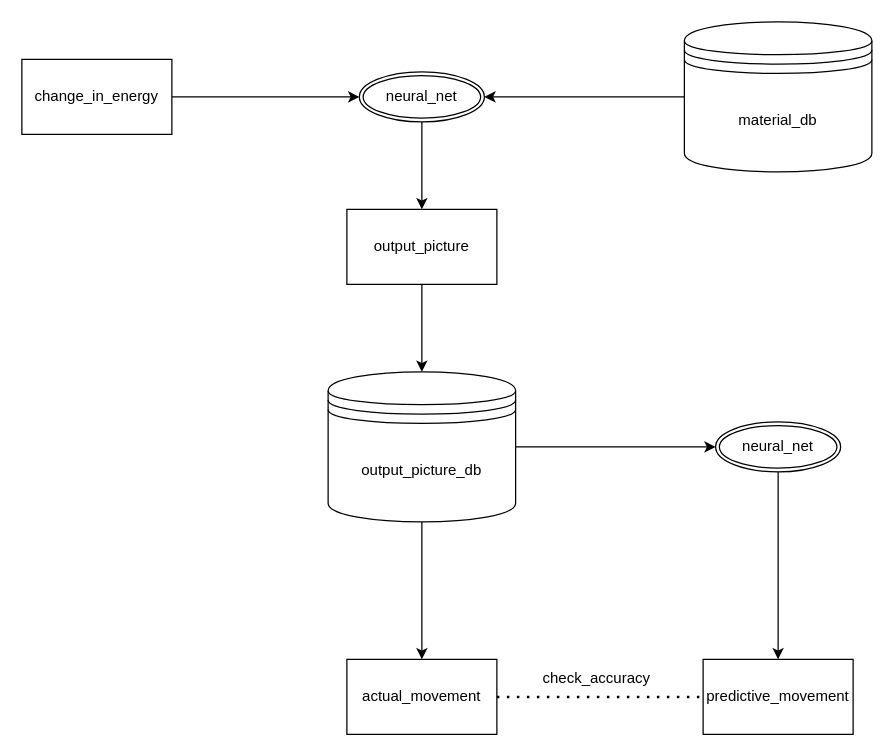
chadashu/mapping_via_radiowaves keeps this draw.io diagram as page "neural_net" (3 of 3) of system_architecture.drawio. Above is the earlier version. Source tidied: cells renumbered, new cells numbered last; positions are measured from the earlier drawing's top-left corner, leaving out a move shared by most shapes. Both pictures are drawn from the tidied source at 125%, with x=0, y=0 at pixel (21, 21).
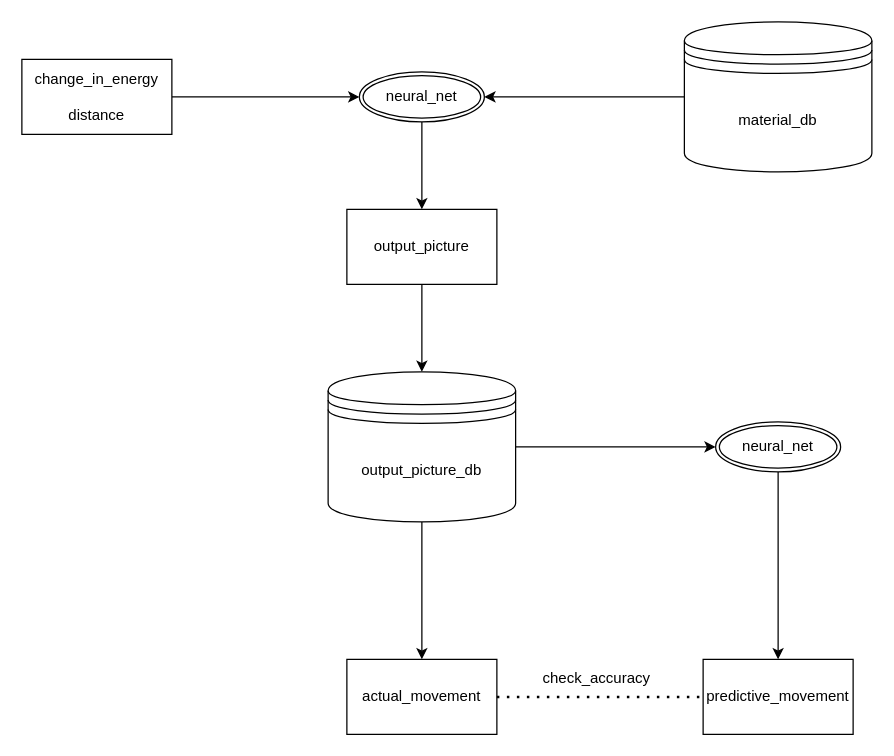
Above is the later version.

What changed in the source:
```diff
@@
 <mxGraphModel>
   <root>
     <mxCell id="0" />
     <mxCell id="1" parent="0" />
     <mxCell id="2" style="edgeStyle=orthogonalEdgeStyle;rounded=0;jettySize=auto;html=1;entryX=0;entryY=0.5;entryDx=0;entryDy=0;" parent="1" edge="1" source="3" target="7">
       <mxGeometry relative="1" as="geometry" />
     </mxCell>
-    <mxCell id="3" value="change_in_energy" style="rounded=0;whiteSpace=wrap;html=1;" parent="1" vertex="1">
+    <mxCell id="3" value="&lt;div&gt;change_in_energy&lt;/div&gt;&lt;div&gt;&lt;br&gt;&lt;/div&gt;distance" style="rounded=0;whiteSpace=wrap;html=1;" parent="1" vertex="1">
       <mxGeometry y="30" width="120" height="60" as="geometry" />
     </mxCell>
     <mxCell id="4" style="edgeStyle=orthogonalEdgeStyle;rounded=0;jettySize=auto;html=1;exitX=0;exitY=0.5;exitDx=0;exitDy=0;entryX=1;entryY=0.5;entryDx=0;entryDy=0;" parent="1" edge="1" source="5" target="7">
       <mxGeometry relative="1" as="geometry" />
     </mxCell>
     <mxCell id="5" value="material_db" style="shape=datastore;whiteSpace=wrap;html=1;" parent="1" vertex="1">
       <mxGeometry x="530" width="150" height="120" as="geometry" />
     </mxCell>
     <mxCell id="6" style="edgeStyle=orthogonalEdgeStyle;rounded=0;jettySize=auto;html=1;" parent="1" edge="1" source="7" target="9">
       <mxGeometry relative="1" as="geometry" />
     </mxCell>
     <mxCell id="7" value="neural_net" style="ellipse;shape=doubleEllipse;margin=3;whiteSpace=wrap;html=1;align=center;" parent="1" vertex="1">
       <mxGeometry x="270" y="40" width="100" height="40" as="geometry" />
     </mxCell>
     <mxCell id="8" style="edgeStyle=orthogonalEdgeStyle;rounded=0;jettySize=auto;html=1;exitX=0.5;exitY=1;exitDx=0;exitDy=0;entryX=0.5;entryY=0;entryDx=0;entryDy=0;" parent="1" edge="1" source="9" target="12">
       <mxGeometry relative="1" as="geometry" />
     </mxCell>
     <mxCell id="9" value="output_picture" style="whiteSpace=wrap;html=1;" parent="1" vertex="1">
       <mxGeometry x="260" y="150" width="120" height="60" as="geometry" />
     </mxCell>
     <mxCell id="10" style="edgeStyle=orthogonalEdgeStyle;rounded=0;jettySize=auto;html=1;exitX=1;exitY=0.5;exitDx=0;exitDy=0;entryX=0;entryY=0.5;entryDx=0;entryDy=0;" parent="1" edge="1" source="12" target="14">
       <mxGeometry relative="1" as="geometry" />
     </mxCell>
     <mxCell id="11" style="edgeStyle=orthogonalEdgeStyle;rounded=0;jettySize=auto;html=1;" parent="1" edge="1" source="12" target="16">
       <mxGeometry relative="1" as="geometry" />
     </mxCell>
     <mxCell id="12" value="output_picture_db" style="shape=datastore;whiteSpace=wrap;html=1;" parent="1" vertex="1">
       <mxGeometry x="245" y="280" width="150" height="120" as="geometry" />
     </mxCell>
     <mxCell id="13" style="edgeStyle=orthogonalEdgeStyle;rounded=0;jettySize=auto;html=1;" parent="1" edge="1" source="14" target="15">
       <mxGeometry relative="1" as="geometry" />
     </mxCell>
     <mxCell id="14" value="neural_net" style="ellipse;shape=doubleEllipse;margin=3;whiteSpace=wrap;html=1;align=center;" parent="1" vertex="1">
       <mxGeometry x="555" y="320" width="100" height="40" as="geometry" />
     </mxCell>
     <mxCell id="15" value="predictive_movement" style="whiteSpace=wrap;html=1;" parent="1" vertex="1">
       <mxGeometry x="545" y="510" width="120" height="60" as="geometry" />
     </mxCell>
     <mxCell id="16" value="actual_movement" style="whiteSpace=wrap;html=1;" parent="1" vertex="1">
       <mxGeometry x="260" y="510" width="120" height="60" as="geometry" />
     </mxCell>
     <mxCell id="17" style="endArrow=none;dashed=1;html=1;dashPattern=1 3;strokeWidth=2;rounded=0;exitX=1;exitY=0.5;exitDx=0;exitDy=0;entryX=0;entryY=0.5;entryDx=0;entryDy=0;" parent="1" edge="1" source="16" target="15">
       <mxGeometry relative="1" as="geometry" />
     </mxCell>
     <mxCell id="18" value="check_accuracy" style="text;html=1;strokeColor=none;fillColor=none;align=center;verticalAlign=middle;whiteSpace=wrap;rounded=0;" parent="1" vertex="1">
       <mxGeometry x="410" y="510" width="100" height="30" as="geometry" />
     </mxCell>
   </root>
 </mxGraphModel>
```
